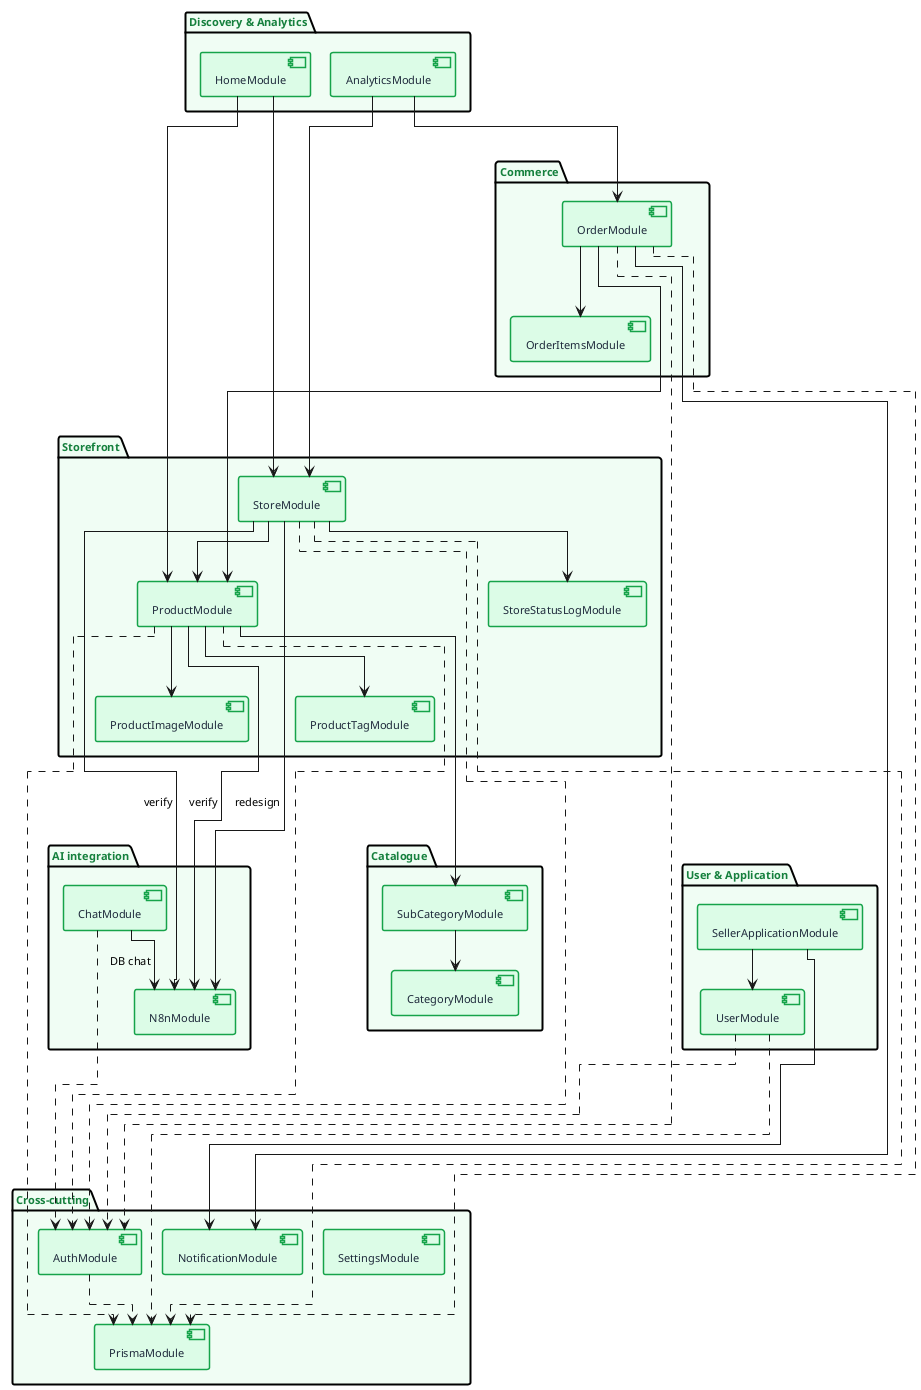
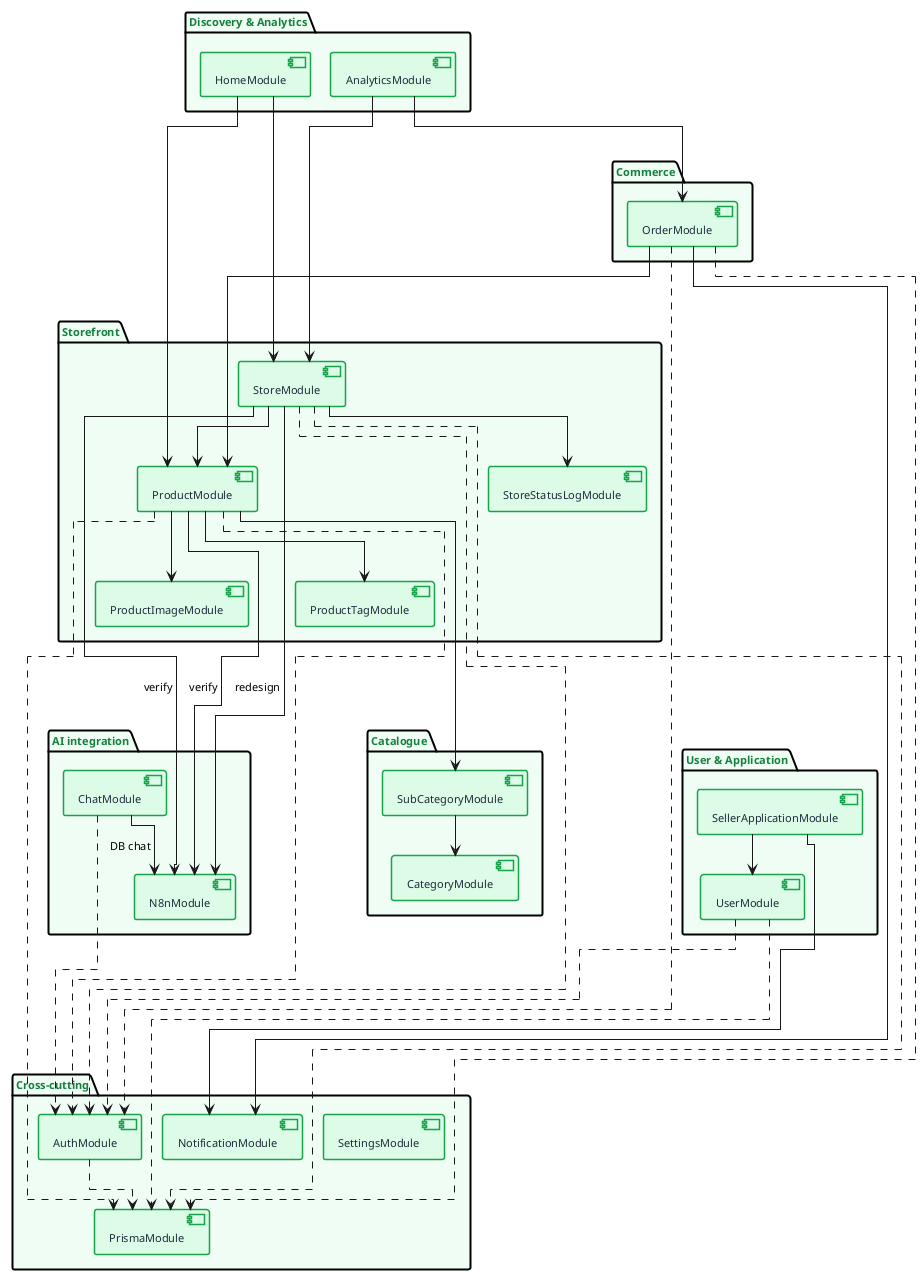
@startuml arch-nestjs
!pragma layout elk

skinparam defaultFontName Helvetica
skinparam defaultFontSize 11
skinparam backgroundColor #FFFFFF

skinparam package {
  BackgroundColor #F0FDF4
  BorderColor #16A34A
  BorderThickness 2
  FontStyle bold
  FontColor #15803D
}
skinparam component {
  BackgroundColor #DCFCE7
  BorderColor #16A34A
  BorderThickness 1.5
  FontColor #1E293B
}

package "Cross-cutting" as Cross #DBEAFE {
  [PrismaModule]     as Prisma
  [AuthModule]       as Auth
  [NotificationModule] as Notif
  [SettingsModule]   as Settings
}

package "User & Application" as UserApp {
  [UserModule]              as User
  [SellerApplicationModule] as SellerApp
}

package "Storefront" as Storefront {
  [StoreModule]          as Store
  [StoreStatusLogModule] as StoreLog
  [ProductModule]        as Product
  [ProductImageModule]   as ProdImg
  [ProductTagModule]     as ProdTag
}

package "Catalogue" as Catalogue {
  [CategoryModule]    as Cat
  [SubCategoryModule] as SubCat
}

package "Commerce" as Commerce {
  [OrderModule]      as Order
-   [OrderItemsModule] as OrderItems
}

package "Discovery & Analytics" as Discovery {
  [HomeModule]      as Home
  [AnalyticsModule] as Analytics
}

package "AI integration" as AI #EDE9FE {
  [ChatModule] as Chat
  [N8nModule]  as N8N
}

' Cross-cutting dependencies
User      ..> Prisma
Store     ..> Prisma
Product   ..> Prisma
Order     ..> Prisma
Auth      ..> Prisma

User      ..> Auth
Store     ..> Auth
Product   ..> Auth
Order     ..> Auth
Chat      ..> Auth

' Storefront relationships
Store     --> StoreLog
Store     --> Product
Product   --> ProdImg
Product   --> ProdTag
Product   --> SubCat
SubCat    --> Cat

' Commerce
- Order     --> OrderItems
Order     --> Product
Order     --> Notif

' Application flow
SellerApp --> User
SellerApp --> Notif

' Featured / discovery
Home      --> Store
Home      --> Product
Analytics --> Order
Analytics --> Store

' AI flows
Product   --> N8N : verify
Store     --> N8N : verify
Store     --> N8N : redesign
Chat      --> N8N : DB chat

@enduml
